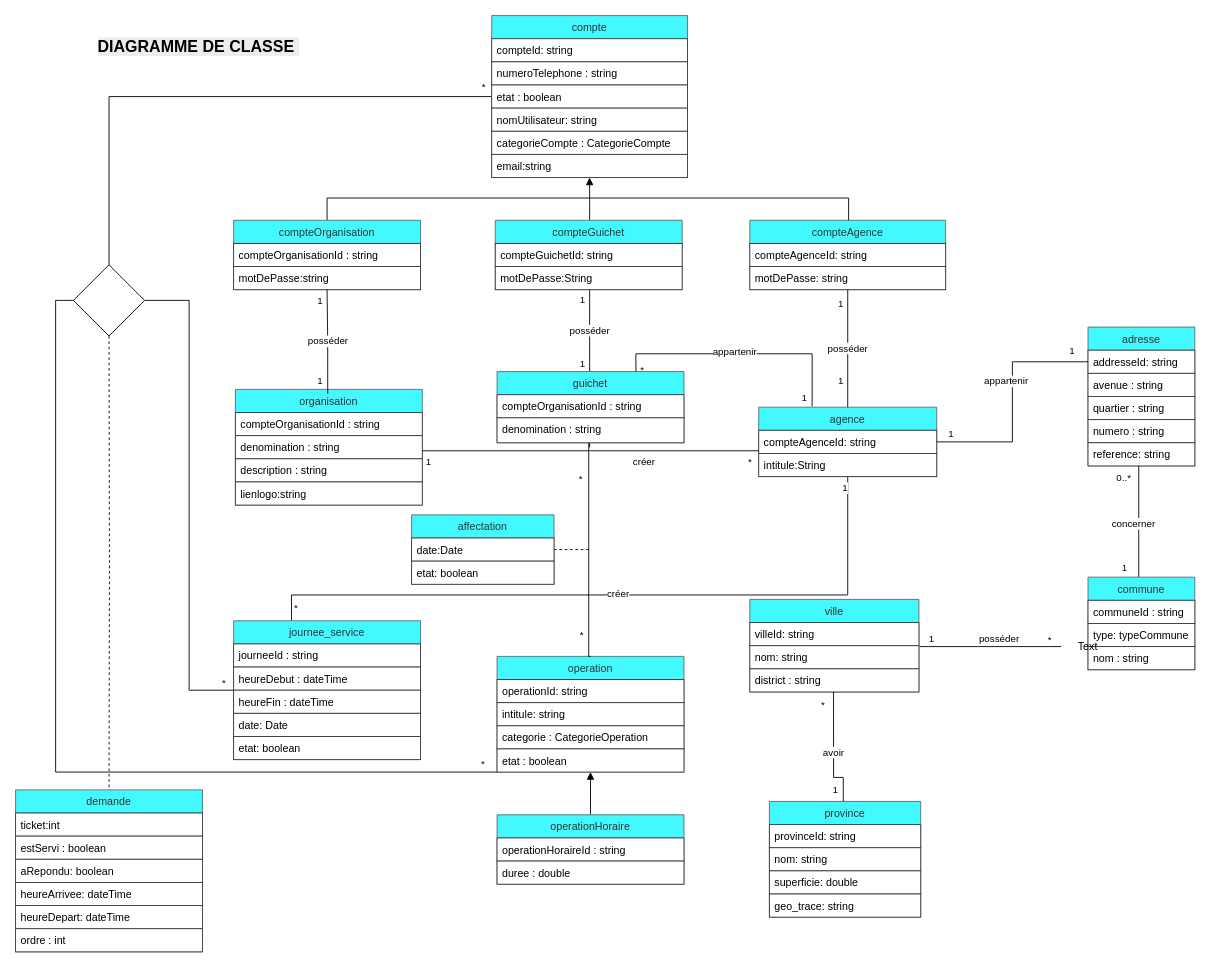
Earlier version of the draw.io diagram page "diagramme_classe" (1 of 3) of Untitled Diagram.drawio (FranckTshiz27/virtLine_api). Source tidied: cells renumbered, new cells numbered last; positions are measured from the earlier drawing's top-left corner, leaving out a move shared by most shapes. Both pictures are drawn from the tidied source at 89%, with x=0, y=0 at pixel (15, 15).
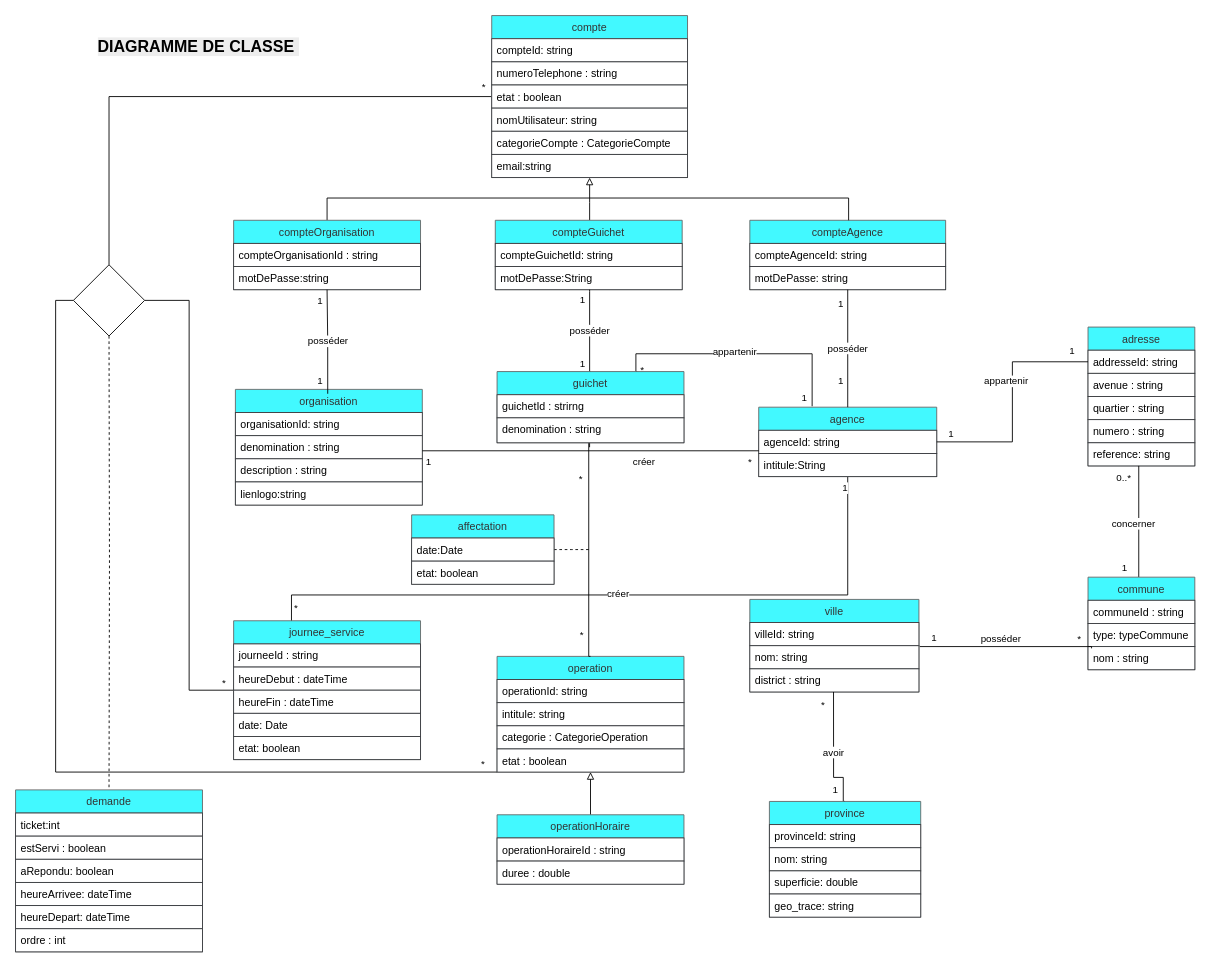
The same diagram, later.

The change refers to these unchanged cells:
```xml
<mxCell id="3" value="compte" style="swimlane;fontStyle=0;horizontal=1;startSize=26;fillColor=#42F9FF;fontColor=#333333;strokeColor=#666666;rounded=0;strokeWidth=1;" parent="1" vertex="1">
  <mxGeometry x="535" width="220" height="182" as="geometry" />
</mxCell>
<mxCell id="29" value="nom : string" style="text;strokeColor=#36393d;fillColor=#FFFFFF;align=left;verticalAlign=top;spacingLeft=4;spacingRight=4;overflow=hidden;points=[[0,0.5],[1,0.5]];portConstraint=eastwest;" parent="26" vertex="1">
  <mxGeometry y="78" width="120" height="26" as="geometry" />
</mxCell>
<mxCell id="32" value="nom: string" style="text;strokeColor=#36393d;fillColor=#FFFFFF;align=left;verticalAlign=top;spacingLeft=4;spacingRight=4;overflow=hidden;points=[[0,0.5],[1,0.5]];portConstraint=eastwest;" parent="30" vertex="1">
  <mxGeometry y="52" width="190" height="26" as="geometry" />
</mxCell>
<mxCell id="43" value="compteGuichet" style="swimlane;fontStyle=0;horizontal=1;startSize=26;fillColor=#42F9FF;fontColor=#333333;strokeColor=#666666;rounded=0;strokeWidth=1;" parent="1" vertex="1">
  <mxGeometry x="539" y="230" width="210" height="78" as="geometry" />
</mxCell>
<mxCell id="48" value="operation" style="swimlane;fontStyle=0;horizontal=1;startSize=26;fillColor=#42F9FF;fontColor=#333333;strokeColor=#666666;rounded=0;strokeWidth=1;" parent="1" vertex="1">
  <mxGeometry x="541" y="720" width="210" height="130" as="geometry" />
</mxCell>
<mxCell id="54" value="operationHoraire" style="swimlane;fontStyle=0;horizontal=1;startSize=26;fillColor=#42F9FF;fontColor=#333333;strokeColor=#666666;rounded=0;strokeWidth=1;" parent="1" vertex="1">
  <mxGeometry x="541" y="898" width="210" height="78" as="geometry" />
</mxCell>
<mxCell id="75" value="organisation" style="swimlane;fontStyle=0;horizontal=1;startSize=26;fillColor=#42F9FF;fontColor=#333333;strokeColor=#666666;rounded=0;strokeWidth=1;" parent="1" vertex="1">
  <mxGeometry x="247" y="420" width="210" height="130" as="geometry" />
</mxCell>
<mxCell id="90" value="guichet" style="swimlane;fontStyle=0;horizontal=1;startSize=26;fillColor=#42F9FF;fontColor=#333333;strokeColor=#666666;rounded=0;strokeWidth=1;" parent="1" vertex="1">
  <mxGeometry x="541" y="400" width="210" height="80" as="geometry" />
</mxCell>
<mxCell id="93" value="agence" style="swimlane;fontStyle=0;horizontal=1;startSize=26;fillColor=#42F9FF;fontColor=#333333;strokeColor=#666666;rounded=0;strokeWidth=1;" parent="1" vertex="1">
  <mxGeometry x="835" y="440" width="200" height="78" as="geometry" />
</mxCell>
```

What changed in the source:
```diff
@@
-    <mxCell id="42" style="edgeStyle=orthogonalEdgeStyle;rounded=0;jettySize=auto;html=1;entryX=0.5;entryY=1;entryDx=0;entryDy=0;endArrow=block;endFill=1;strokeWidth=1;" parent="1" edge="1" source="43" target="3">
+    <mxCell id="42" style="edgeStyle=orthogonalEdgeStyle;rounded=0;jettySize=auto;html=1;entryX=0.5;entryY=1;entryDx=0;entryDy=0;endArrow=block;endFill=0;strokeWidth=1;" parent="1" edge="1" source="43" target="3">
       <mxGeometry relative="1" as="geometry">
         <Array as="points">
           <mxPoint x="645" y="210" />
           <mxPoint x="645" y="210" />
         </Array>
       </mxGeometry>
     </mxCell>
@@
-    <mxCell id="53" style="edgeStyle=orthogonalEdgeStyle;rounded=0;jettySize=auto;html=1;entryX=0.5;entryY=1;entryDx=0;entryDy=0;endArrow=block;endFill=1;strokeWidth=1;startArrow=none;startFill=0;" parent="1" edge="1" source="54" target="48">
+    <mxCell id="53" style="edgeStyle=orthogonalEdgeStyle;rounded=0;jettySize=auto;html=1;entryX=0.5;entryY=1;entryDx=0;entryDy=0;endArrow=block;endFill=0;strokeWidth=1;startArrow=none;startFill=0;" parent="1" edge="1" source="54" target="48">
       <mxGeometry relative="1" as="geometry" />
     </mxCell>
@@
-    <mxCell id="76" value="compteOrganisationId : string" style="text;strokeColor=#36393d;fillColor=#fff;align=left;verticalAlign=top;spacingLeft=4;spacingRight=4;overflow=hidden;" parent="75" vertex="1">
+    <mxCell id="76" value="organisationId: string" style="text;strokeColor=#36393d;fillColor=#fff;align=left;verticalAlign=top;spacingLeft=4;spacingRight=4;overflow=hidden;" parent="75" vertex="1">
       <mxGeometry y="26" width="210" height="26" as="geometry" />
     </mxCell>
@@
-    <mxCell id="91" value="compteOrganisationId : string" style="text;strokeColor=#36393d;fillColor=#fff;align=left;verticalAlign=top;spacingLeft=4;spacingRight=4;overflow=hidden;" parent="90" vertex="1">
+    <mxCell id="91" value="guichetId : strirng" style="text;strokeColor=#36393d;fillColor=#fff;align=left;verticalAlign=top;spacingLeft=4;spacingRight=4;overflow=hidden;" parent="90" vertex="1">
       <mxGeometry y="26" width="210" height="26" as="geometry" />
     </mxCell>
@@
-    <mxCell id="94" value="compteAgenceId: string" style="text;strokeColor=#36393d;fillColor=#fff;align=left;verticalAlign=top;spacingLeft=4;spacingRight=4;overflow=hidden;points=[[0,0.5],[1,0.5]];portConstraint=eastwest;" parent="93" vertex="1">
+    <mxCell id="94" value="agenceId: string" style="text;strokeColor=#36393d;fillColor=#fff;align=left;verticalAlign=top;spacingLeft=4;spacingRight=4;overflow=hidden;points=[[0,0.5],[1,0.5]];portConstraint=eastwest;" parent="93" vertex="1">
       <mxGeometry y="26" width="200" height="26" as="geometry" />
     </mxCell>
@@
-    <mxCell id="99" style="edgeStyle=orthogonalEdgeStyle;rounded=0;jettySize=auto;html=1;startArrow=none;startFill=0;endArrow=none;endFill=0;strokeWidth=1;exitX=1.005;exitY=0.038;exitDx=0;exitDy=0;exitPerimeter=0;" parent="1" edge="1" source="32" target="119">
+    <mxCell id="99" style="edgeStyle=orthogonalEdgeStyle;rounded=0;jettySize=auto;html=1;startArrow=none;startFill=0;endArrow=none;endFill=0;strokeWidth=1;exitX=1.005;exitY=0.038;exitDx=0;exitDy=0;exitPerimeter=0;entryX=0.033;entryY=0.077;entryDx=0;entryDy=0;entryPerimeter=0;" parent="1" edge="1" source="32" target="29">
       <mxGeometry relative="1" as="geometry">
         <Array as="points">
-          <mxPoint x="1026" y="709" />
-          <mxPoint x="1205" y="709" />
+          <mxPoint x="1209" y="709" />
         </Array>
       </mxGeometry>
     </mxCell>
@@
-    <mxCell id="119" value="Text" style="text;html=1;strokeColor=none;fillColor=none;align=center;verticalAlign=middle;whiteSpace=wrap;rounded=0;" parent="1" vertex="1">
-      <mxGeometry x="1175" y="694" width="60" height="30" as="geometry" />
-    </mxCell>
```
